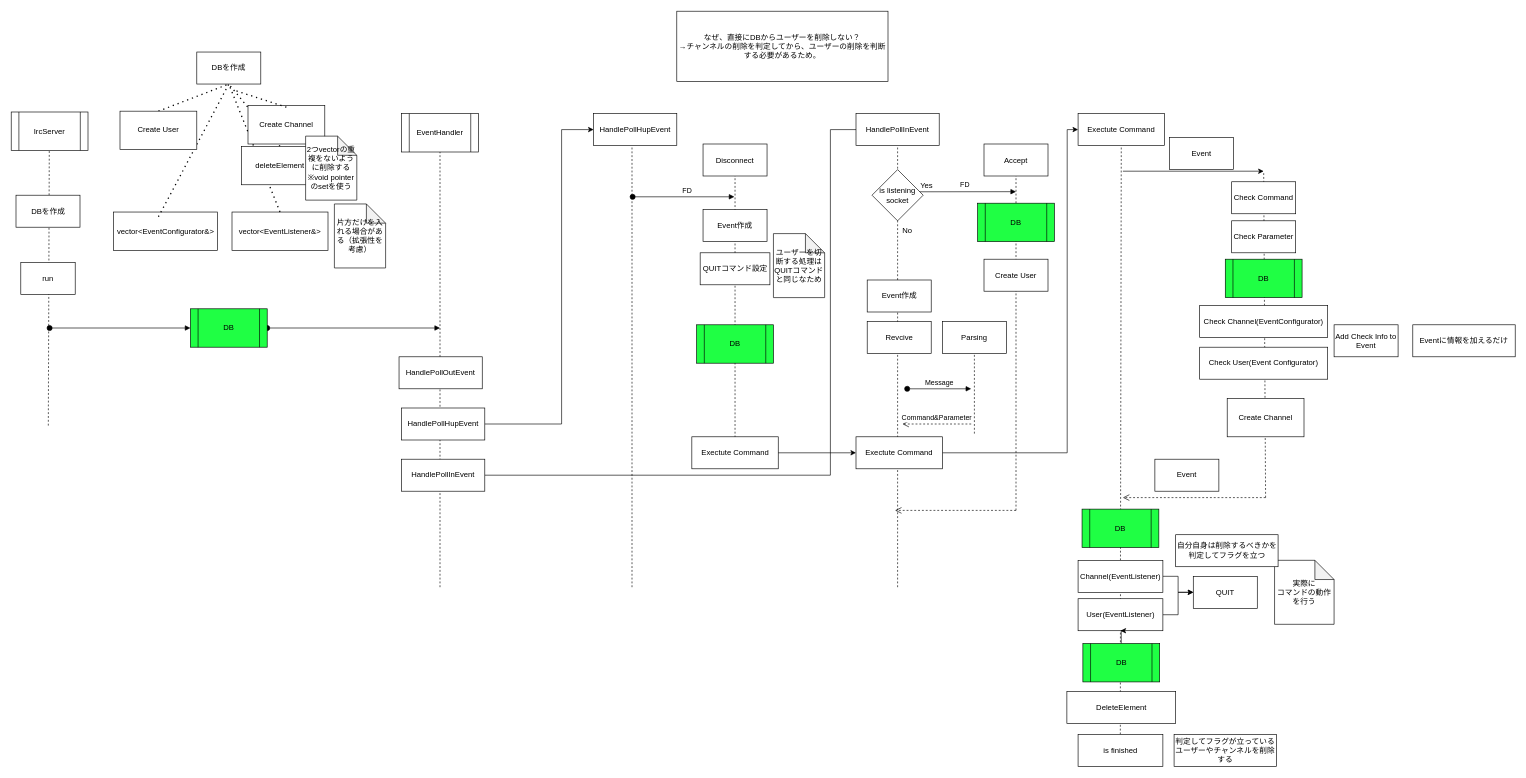
The draw.io diagram docs/Untitled Diagram.drawio in IRC-WIR/ft_irc, before the edit. Source tidied: cells renumbered, new cells numbered last; positions are measured from the earlier drawing's top-left corner, leaving out a move shared by most shapes. Both pictures are drawn from the tidied source at 64%, with x=0, y=0 at pixel (11, 11).
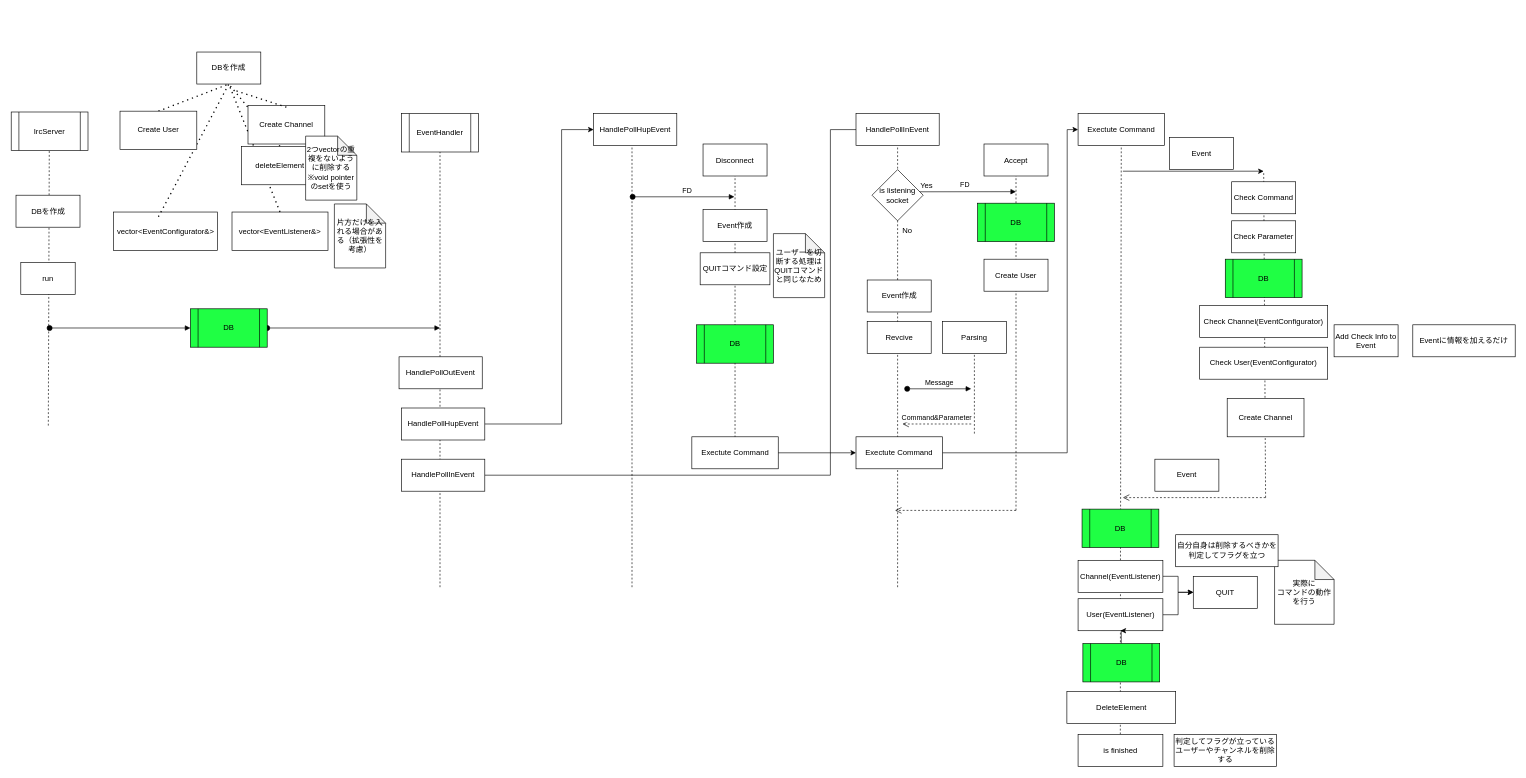
Above is the later version.

The edit, as a diff of the source:
```diff
@@
-    <mxCell id="36" value="Check User(Event Configurator)" style="rounded=0;whiteSpace=wrap;html=1;" parent="1" vertex="1">
+    <mxCell id="36" value="Check User(EventConfigurator)" style="rounded=0;whiteSpace=wrap;html=1;" parent="1" vertex="1">
       <mxGeometry x="1857" y="525" width="200" height="50" as="geometry" />
     </mxCell>
@@
-    <mxCell id="69" value="なぜ、直接にDBからユーザーを削除しない？&lt;div&gt;→チャンネルの削除を判定してから、ユーザーの削除を判断する必要があるため。&lt;/div&gt;" style="rounded=0;whiteSpace=wrap;html=1;" parent="1" vertex="1">
-      <mxGeometry x="1040" width="330" height="110" as="geometry" />
-    </mxCell>
```
